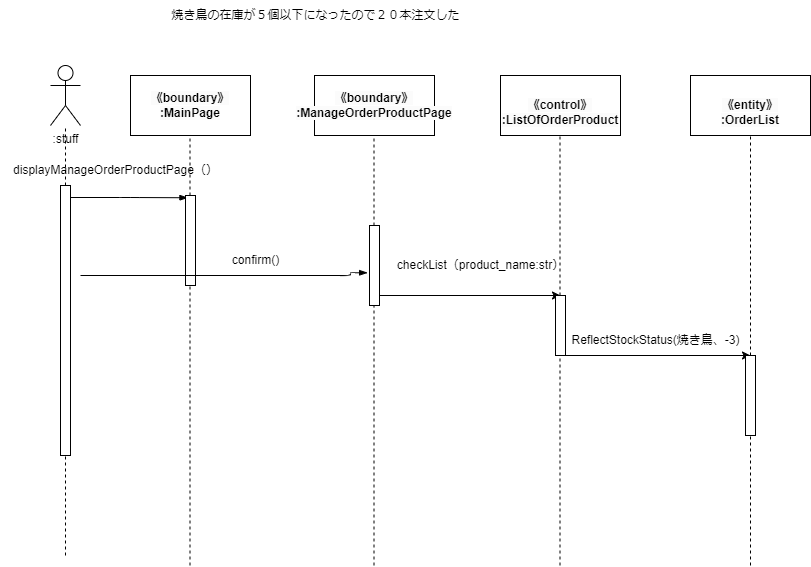
The draw.io diagram psp4/シーケンス図/シーケンス図_発注仕込み.drawio.png in MasakiHiguchi/---, before a commit. Source tidied: cells renumbered, new cells last; positions are measured from the earlier drawing's top-left corner, leaving out a move shared by most shapes.
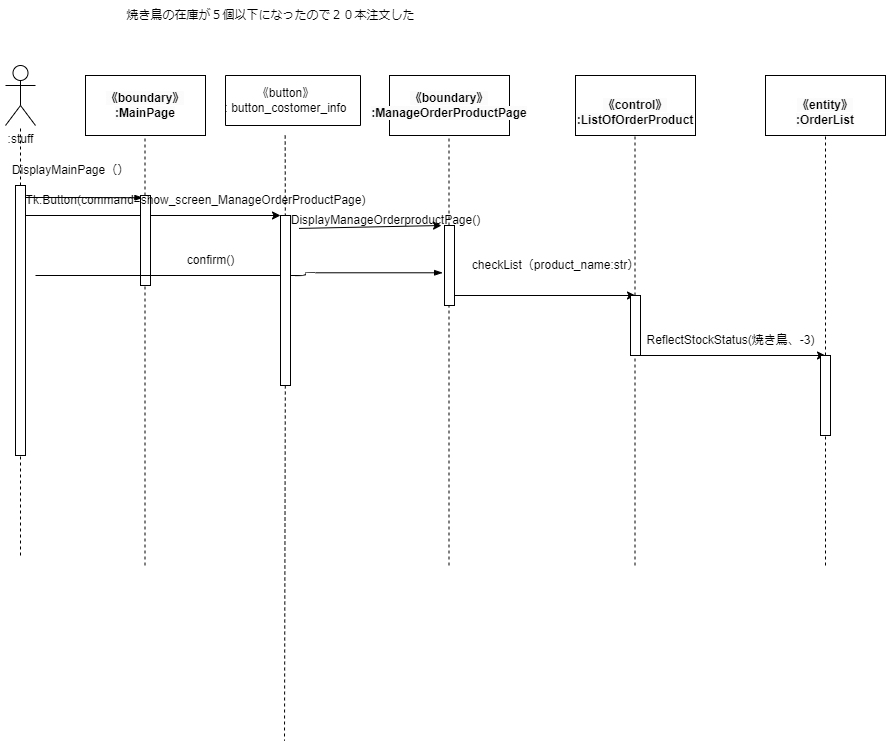
The same diagram one commit later.

Diff of the diagram source:
```diff
@@ -3,10 +3,10 @@
     <mxCell id="0" />
     <mxCell id="1" parent="0" />
     <mxCell id="2" value=":stuff" style="shape=umlActor;verticalLabelPosition=bottom;verticalAlign=top;html=1;outlineConnect=0;" parent="1" vertex="1">
-      <mxGeometry x="50" y="65" width="30" height="60" as="geometry" />
+      <mxGeometry x="-70" y="65" width="30" height="60" as="geometry" />
     </mxCell>
     <mxCell id="3" value="&lt;span style=&quot;color: rgb(0, 0, 0); font-family: Helvetica; font-size: 12px; font-style: normal; font-variant-ligatures: normal; font-variant-caps: normal; font-weight: 700; letter-spacing: normal; orphans: 2; text-align: center; text-indent: 0px; text-transform: none; widows: 2; word-spacing: 0px; -webkit-text-stroke-width: 0px; background-color: rgb(251, 251, 251); text-decoration-thickness: initial; text-decoration-style: initial; text-decoration-color: initial; float: none; display: inline !important;&quot;&gt;《boundary》&lt;/span&gt;&lt;br style=&quot;border-color: var(--border-color); color: rgb(0, 0, 0); font-family: Helvetica; font-size: 12px; font-style: normal; font-variant-ligatures: normal; font-variant-caps: normal; font-weight: 700; letter-spacing: normal; orphans: 2; text-align: center; text-indent: 0px; text-transform: none; widows: 2; word-spacing: 0px; -webkit-text-stroke-width: 0px; background-color: rgb(251, 251, 251); text-decoration-thickness: initial; text-decoration-style: initial; text-decoration-color: initial;&quot;&gt;&lt;span style=&quot;color: rgb(0, 0, 0); font-family: Helvetica; font-size: 12px; font-style: normal; font-variant-ligatures: normal; font-variant-caps: normal; font-weight: 700; letter-spacing: normal; orphans: 2; text-align: center; text-indent: 0px; text-transform: none; widows: 2; word-spacing: 0px; -webkit-text-stroke-width: 0px; background-color: rgb(251, 251, 251); text-decoration-thickness: initial; text-decoration-style: initial; text-decoration-color: initial; float: none; display: inline !important;&quot;&gt;:MainPage&lt;/span&gt;" style="rounded=0;whiteSpace=wrap;html=1;" parent="1" vertex="1">
-      <mxGeometry x="130" y="75" width="120" height="60" as="geometry" />
+      <mxGeometry x="10" y="75" width="120" height="60" as="geometry" />
     </mxCell>
     <mxCell id="4" value="&lt;span style=&quot;color: rgb(0, 0, 0); font-family: Helvetica; font-size: 12px; font-style: normal; font-variant-ligatures: normal; font-variant-caps: normal; font-weight: 700; letter-spacing: normal; orphans: 2; text-align: center; text-indent: 0px; text-transform: none; widows: 2; word-spacing: 0px; -webkit-text-stroke-width: 0px; background-color: rgb(251, 251, 251); text-decoration-thickness: initial; text-decoration-style: initial; text-decoration-color: initial; float: none; display: inline !important;&quot;&gt;《boundary》&lt;/span&gt;&lt;br style=&quot;border-color: var(--border-color); color: rgb(0, 0, 0); font-family: Helvetica; font-size: 12px; font-style: normal; font-variant-ligatures: normal; font-variant-caps: normal; font-weight: 700; letter-spacing: normal; orphans: 2; text-align: center; text-indent: 0px; text-transform: none; widows: 2; word-spacing: 0px; -webkit-text-stroke-width: 0px; background-color: rgb(251, 251, 251); text-decoration-thickness: initial; text-decoration-style: initial; text-decoration-color: initial;&quot;&gt;&lt;span style=&quot;color: rgb(0, 0, 0); font-family: Helvetica; font-size: 12px; font-style: normal; font-variant-ligatures: normal; font-variant-caps: normal; font-weight: 700; letter-spacing: normal; orphans: 2; text-align: center; text-indent: 0px; text-transform: none; widows: 2; word-spacing: 0px; -webkit-text-stroke-width: 0px; background-color: rgb(251, 251, 251); text-decoration-thickness: initial; text-decoration-style: initial; text-decoration-color: initial; float: none; display: inline !important;&quot;&gt;:ManageOrderProductPage&lt;/span&gt;" style="rounded=0;whiteSpace=wrap;html=1;" parent="1" vertex="1">
       <mxGeometry x="314" y="75" width="120" height="60" as="geometry" />
@@ -19,7 +19,7 @@
     </mxCell>
     <mxCell id="7" style="endArrow=none;dashed=1;html=1;startArrow=none;" parent="1" edge="1" source="16">
       <mxGeometry relative="1" as="geometry">
-        <mxPoint x="189.5" y="135" as="targetPoint" />
+        <mxPoint x="69.5" y="135" as="targetPoint" />
       </mxGeometry>
     </mxCell>
     <mxCell id="8" style="endArrow=none;dashed=1;html=1;startArrow=none;" parent="1" edge="1" source="26">
@@ -39,27 +39,30 @@
     </mxCell>
     <mxCell id="11" style="endArrow=none;dashed=1;html=1;" parent="1" edge="1" target="12">
       <mxGeometry relative="1" as="geometry">
-        <mxPoint x="65" y="555" as="sourcePoint" />
+        <mxPoint x="-55" y="555" as="sourcePoint" />
       </mxGeometry>
     </mxCell>
+    <mxCell id="31" style="edgeStyle=none;html=1;entryX=0;entryY=0;entryDx=0;entryDy=0;" parent="1" edge="1" source="12" target="33">
+      <mxGeometry relative="1" as="geometry" />
+    </mxCell>
     <mxCell id="12" style="html=1;points=[];perimeter=orthogonalPerimeter;" parent="1" vertex="1">
-      <mxGeometry x="60" y="185" width="10" height="270" as="geometry" />
+      <mxGeometry x="-60" y="185" width="10" height="270" as="geometry" />
     </mxCell>
     <mxCell id="13" style="edgeStyle=elbowEdgeStyle;fontSize=12;html=1;endArrow=blockThin;endFill=1;entryX=0.245;entryY=0.025;entryDx=0;entryDy=0;entryPerimeter=0;" parent="1" edge="1" target="16">
       <mxGeometry relative="1" as="geometry">
-        <mxPoint x="70" y="197" as="sourcePoint" />
+        <mxPoint x="-50" y="197" as="sourcePoint" />
       </mxGeometry>
     </mxCell>
-    <mxCell id="14" value="displayManageOrderProductPage（）" style="text;html=1;align=center;verticalAlign=middle;strokeColor=none;fillColor=none;" parent="1" vertex="1">
-      <mxGeometry y="155" width="230" height="30" as="geometry" />
+    <mxCell id="14" value="DisplayMainPage（）" style="text;html=1;align=center;verticalAlign=middle;strokeColor=none;fillColor=none;" parent="1" vertex="1">
+      <mxGeometry x="-75" y="155" width="140" height="30" as="geometry" />
     </mxCell>
     <mxCell id="15" style="endArrow=none;dashed=1;html=1;" parent="1" edge="1" target="16">
       <mxGeometry relative="1" as="geometry">
-        <mxPoint x="189.5" y="565" as="sourcePoint" />
+        <mxPoint x="69.5" y="565" as="sourcePoint" />
       </mxGeometry>
     </mxCell>
     <mxCell id="16" style="html=1;points=[];perimeter=orthogonalPerimeter;" parent="1" vertex="1">
-      <mxGeometry x="185" y="195" width="10" height="90" as="geometry" />
+      <mxGeometry x="65" y="195" width="10" height="90" as="geometry" />
     </mxCell>
     <mxCell id="17" style="endArrow=none;dashed=1;html=1;" parent="1" edge="1" target="19">
       <mxGeometry relative="1" as="geometry">
@@ -76,14 +79,14 @@
     </mxCell>
     <mxCell id="20" style="edgeStyle=elbowEdgeStyle;fontSize=12;html=1;endArrow=blockThin;endFill=1;entryX=-0.189;entryY=0.591;entryDx=0;entryDy=0;entryPerimeter=0;" parent="1" edge="1" target="19">
       <mxGeometry relative="1" as="geometry">
-        <mxPoint x="80" y="275" as="sourcePoint" />
+        <mxPoint x="-40" y="275" as="sourcePoint" />
         <Array as="points">
-          <mxPoint x="350" y="305" />
+          <mxPoint x="230" y="305" />
         </Array>
       </mxGeometry>
     </mxCell>
     <mxCell id="21" value="confirm()" style="text;html=1;align=center;verticalAlign=middle;strokeColor=none;fillColor=none;" parent="1" vertex="1">
-      <mxGeometry x="220" y="245" width="70" height="30" as="geometry" />
+      <mxGeometry x="100" y="245" width="70" height="30" as="geometry" />
     </mxCell>
     <mxCell id="22" style="endArrow=none;dashed=1;html=1;" parent="1" edge="1" target="24">
       <mxGeometry relative="1" as="geometry">
@@ -113,10 +116,38 @@
       <mxGeometry x="560" y="325" width="190" height="30" as="geometry" />
     </mxCell>
     <mxCell id="29" value="焼き鳥の在庫が５個以下になったので２０本注文した" style="text;html=1;align=center;verticalAlign=middle;strokeColor=none;fillColor=none;" parent="1" vertex="1">
-      <mxGeometry x="160" width="310" height="30" as="geometry" />
+      <mxGeometry x="40" width="310" height="30" as="geometry" />
     </mxCell>
     <mxCell id="30" value="&lt;br&gt;&lt;span style=&quot;color: rgb(0, 0, 0); font-family: Helvetica; font-size: 12px; font-style: normal; font-variant-ligatures: normal; font-variant-caps: normal; font-weight: 700; letter-spacing: normal; orphans: 2; text-align: center; text-indent: 0px; text-transform: none; widows: 2; word-spacing: 0px; -webkit-text-stroke-width: 0px; background-color: rgb(251, 251, 251); text-decoration-thickness: initial; text-decoration-style: initial; text-decoration-color: initial; float: none; display: inline !important;&quot;&gt;《entity》&lt;/span&gt;&lt;br style=&quot;border-color: var(--border-color); color: rgb(0, 0, 0); font-family: Helvetica; font-size: 12px; font-style: normal; font-variant-ligatures: normal; font-variant-caps: normal; font-weight: 700; letter-spacing: normal; orphans: 2; text-align: center; text-indent: 0px; text-transform: none; widows: 2; word-spacing: 0px; -webkit-text-stroke-width: 0px; background-color: rgb(251, 251, 251); text-decoration-thickness: initial; text-decoration-style: initial; text-decoration-color: initial;&quot;&gt;&lt;span style=&quot;color: rgb(0, 0, 0); font-family: Helvetica; font-size: 12px; font-style: normal; font-variant-ligatures: normal; font-variant-caps: normal; font-weight: 700; letter-spacing: normal; orphans: 2; text-align: center; text-indent: 0px; text-transform: none; widows: 2; word-spacing: 0px; -webkit-text-stroke-width: 0px; background-color: rgb(251, 251, 251); text-decoration-thickness: initial; text-decoration-style: initial; text-decoration-color: initial; float: none; display: inline !important;&quot;&gt;:OrderList&lt;/span&gt;" style="rounded=0;whiteSpace=wrap;html=1;" parent="1" vertex="1">
       <mxGeometry x="690" y="75" width="120" height="60" as="geometry" />
     </mxCell>
+    <mxCell id="32" style="edgeStyle=none;html=1;entryX=-0.3;entryY=0;entryDx=0;entryDy=0;entryPerimeter=0;exitX=1.85;exitY=0.076;exitDx=0;exitDy=0;exitPerimeter=0;" parent="1" edge="1" source="33" target="19">
+      <mxGeometry relative="1" as="geometry" />
+    </mxCell>
+    <mxCell id="33" style="rounded=0;whiteSpace=wrap;html=1;" parent="1" vertex="1">
+      <mxGeometry x="205" y="215" width="10" height="170" as="geometry" />
+    </mxCell>
+    <mxCell id="34" style="edgeStyle=none;html=1;endArrow=none;endFill=0;dashed=1;startArrow=none;" parent="1" edge="1" source="33">
+      <mxGeometry relative="1" as="geometry">
+        <mxPoint x="209" y="740.3" as="targetPoint" />
+      </mxGeometry>
+    </mxCell>
+    <mxCell id="35" style="swimlane;startSize=0;" parent="1" vertex="1">
+      <mxGeometry x="150" y="75" width="135" height="50" as="geometry" />
+    </mxCell>
+    <mxCell id="36" value="《button》&lt;br&gt;: button_costomer_info" style="text;html=1;align=center;verticalAlign=middle;strokeColor=none;fillColor=none;" parent="35" vertex="1">
+      <mxGeometry x="-15" y="5" width="150" height="40" as="geometry" />
+    </mxCell>
+    <mxCell id="37" style="edgeStyle=none;html=1;endArrow=none;endFill=0;dashed=1;" parent="1" edge="1" target="33">
+      <mxGeometry relative="1" as="geometry">
+        <mxPoint x="209.7" y="135" as="sourcePoint" />
+      </mxGeometry>
+    </mxCell>
+    <mxCell id="38" value="Tk.Button(command=show_screen_ManageOrderProductPage)" style="text;html=1;align=center;verticalAlign=middle;strokeColor=none;fillColor=none;" parent="1" vertex="1">
+      <mxGeometry x="-60" y="185" width="360" height="30" as="geometry" />
+    </mxCell>
+    <mxCell id="39" value="DisplayManageOrderproductPage()" style="text;html=1;align=center;verticalAlign=middle;strokeColor=none;fillColor=none;" parent="1" vertex="1">
+      <mxGeometry x="205" y="205" width="210" height="30" as="geometry" />
+    </mxCell>
   </root>
 </mxGraphModel>
```
